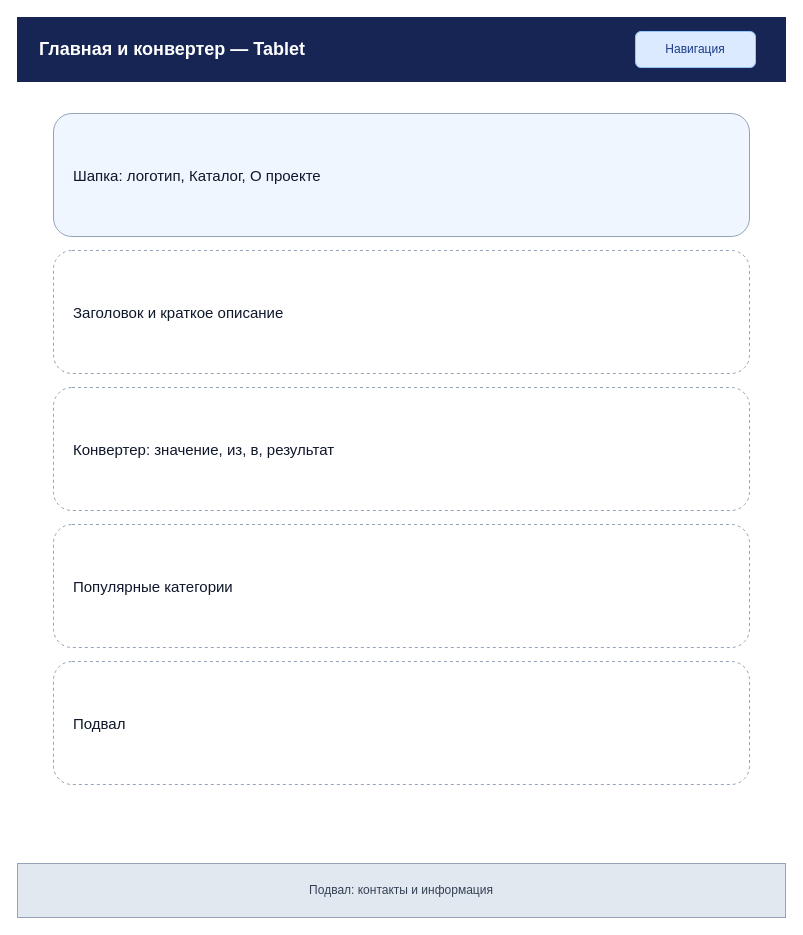
Anatoly-Sobolev/web keeps this draw.io diagram as page "Главная и конвертер — Tablet" (2 of 9) of design/prototypes.drawio. Above is the earlier version. Source tidied: cells renumbered, new cells numbered last; positions are measured from the earlier drawing's top-left corner, leaving out a move shared by most shapes. Both pictures are drawn from the tidied source at 100%, with x=0, y=0 at pixel (17, 17).
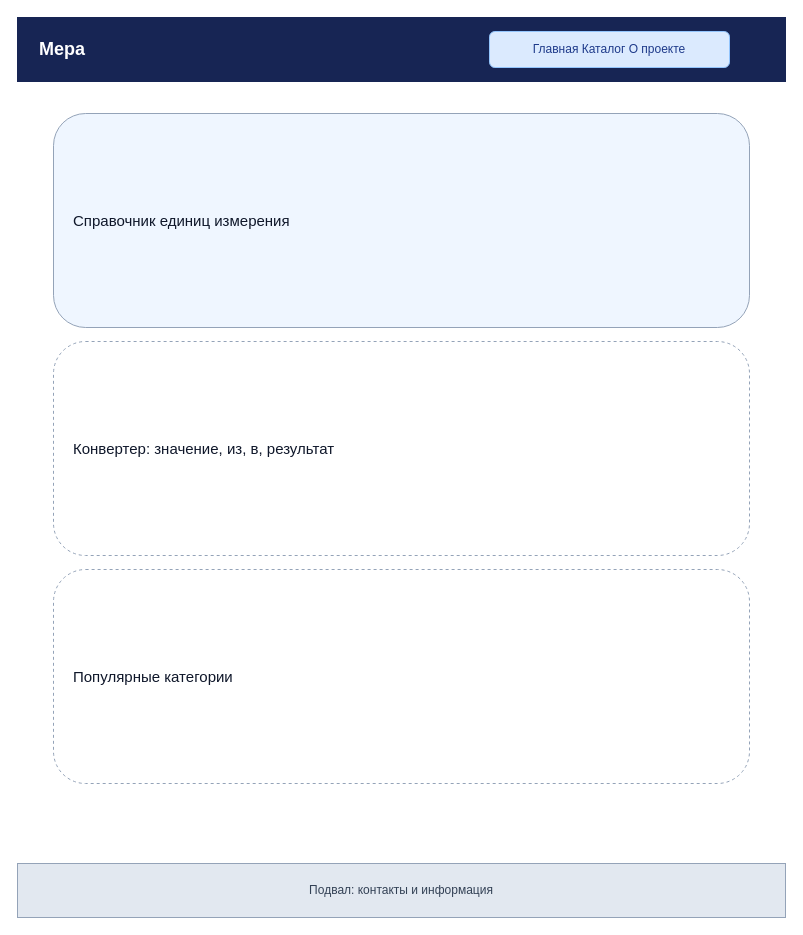
Above is the later version.

Change to the diagram source:
```diff
@@
 <mxGraphModel>
   <root>
     <mxCell id="0" />
     <mxCell id="1" parent="0" />
-    <mxCell id="2" value="Главная и конвертер — Tablet" style="rounded=0;whiteSpace=wrap;html=1;fillColor=#172554;fontColor=#ffffff;strokeColor=#172554;fontSize=18;fontStyle=1;align=left;spacingLeft=20;" parent="1" vertex="1">
+    <mxCell id="2" value="Мера" style="rounded=0;whiteSpace=wrap;html=1;fillColor=#172554;fontColor=#ffffff;strokeColor=#172554;fontSize=18;fontStyle=1;align=left;spacingLeft=20;" parent="1" vertex="1">
       <mxGeometry width="768" height="64" as="geometry" />
     </mxCell>
-    <mxCell id="3" value="Навигация" style="rounded=1;whiteSpace=wrap;html=1;fillColor=#dbeafe;strokeColor=#93c5fd;fontColor=#1e3a8a;fontSize=12;" parent="1" vertex="1">
-      <mxGeometry x="618" y="14" width="120" height="36" as="geometry" />
+    <mxCell id="3" value="Главная   Каталог   О проекте" style="rounded=1;whiteSpace=wrap;html=1;fillColor=#dbeafe;strokeColor=#93c5fd;fontColor=#1e3a8a;fontSize=12;" parent="1" vertex="1">
+      <mxGeometry x="472" y="14" width="240" height="36" as="geometry" />
     </mxCell>
-    <mxCell id="4" value="Шапка: логотип, Каталог, О проекте" style="rounded=1;whiteSpace=wrap;html=1;fillColor=#eff6ff;strokeColor=#94a3b8;fontColor=#0f172a;fontSize=15;align=left;verticalAlign=middle;spacingLeft=18;dashed=0;" parent="1" vertex="1">
-      <mxGeometry x="36" y="96" width="696" height="123" as="geometry" />
+    <mxCell id="4" value="Справочник единиц измерения" style="rounded=1;whiteSpace=wrap;html=1;fillColor=#eff6ff;strokeColor=#94a3b8;fontColor=#0f172a;fontSize=15;align=left;verticalAlign=middle;spacingLeft=18;dashed=0;" parent="1" vertex="1">
+      <mxGeometry x="36" y="96" width="696" height="214" as="geometry" />
     </mxCell>
-    <mxCell id="5" value="Заголовок и краткое описание" style="rounded=1;whiteSpace=wrap;html=1;fillColor=#ffffff;strokeColor=#94a3b8;fontColor=#0f172a;fontSize=15;align=left;verticalAlign=middle;spacingLeft=18;dashed=1;" parent="1" vertex="1">
-      <mxGeometry x="36" y="233" width="696" height="123" as="geometry" />
+    <mxCell id="5" value="Конвертер: значение, из, в, результат" style="rounded=1;whiteSpace=wrap;html=1;fillColor=#ffffff;strokeColor=#94a3b8;fontColor=#0f172a;fontSize=15;align=left;verticalAlign=middle;spacingLeft=18;dashed=1;" parent="1" vertex="1">
+      <mxGeometry x="36" y="324" width="696" height="214" as="geometry" />
     </mxCell>
-    <mxCell id="6" value="Конвертер: значение, из, в, результат" style="rounded=1;whiteSpace=wrap;html=1;fillColor=#ffffff;strokeColor=#94a3b8;fontColor=#0f172a;fontSize=15;align=left;verticalAlign=middle;spacingLeft=18;dashed=1;" parent="1" vertex="1">
-      <mxGeometry x="36" y="370" width="696" height="123" as="geometry" />
+    <mxCell id="6" value="Популярные категории" style="rounded=1;whiteSpace=wrap;html=1;fillColor=#ffffff;strokeColor=#94a3b8;fontColor=#0f172a;fontSize=15;align=left;verticalAlign=middle;spacingLeft=18;dashed=1;" parent="1" vertex="1">
+      <mxGeometry x="36" y="552" width="696" height="214" as="geometry" />
     </mxCell>
-    <mxCell id="7" value="Популярные категории" style="rounded=1;whiteSpace=wrap;html=1;fillColor=#ffffff;strokeColor=#94a3b8;fontColor=#0f172a;fontSize=15;align=left;verticalAlign=middle;spacingLeft=18;dashed=1;" parent="1" vertex="1">
-      <mxGeometry x="36" y="507" width="696" height="123" as="geometry" />
+    <mxCell id="7" value="Подвал: контакты и информация" style="rounded=0;whiteSpace=wrap;html=1;fillColor=#e2e8f0;strokeColor=#94a3b8;fontColor=#334155;fontSize=12;" parent="1" vertex="1">
+      <mxGeometry y="846" width="768" height="54" as="geometry" />
     </mxCell>
-    <mxCell id="8" value="Подвал" style="rounded=1;whiteSpace=wrap;html=1;fillColor=#ffffff;strokeColor=#94a3b8;fontColor=#0f172a;fontSize=15;align=left;verticalAlign=middle;spacingLeft=18;dashed=1;" parent="1" vertex="1">
-      <mxGeometry x="36" y="644" width="696" height="123" as="geometry" />
-    </mxCell>
-    <mxCell id="9" value="Подвал: контакты и информация" style="rounded=0;whiteSpace=wrap;html=1;fillColor=#e2e8f0;strokeColor=#94a3b8;fontColor=#334155;fontSize=12;" parent="1" vertex="1">
-      <mxGeometry y="846" width="768" height="54" as="geometry" />
-    </mxCell>
   </root>
 </mxGraphModel>
```
